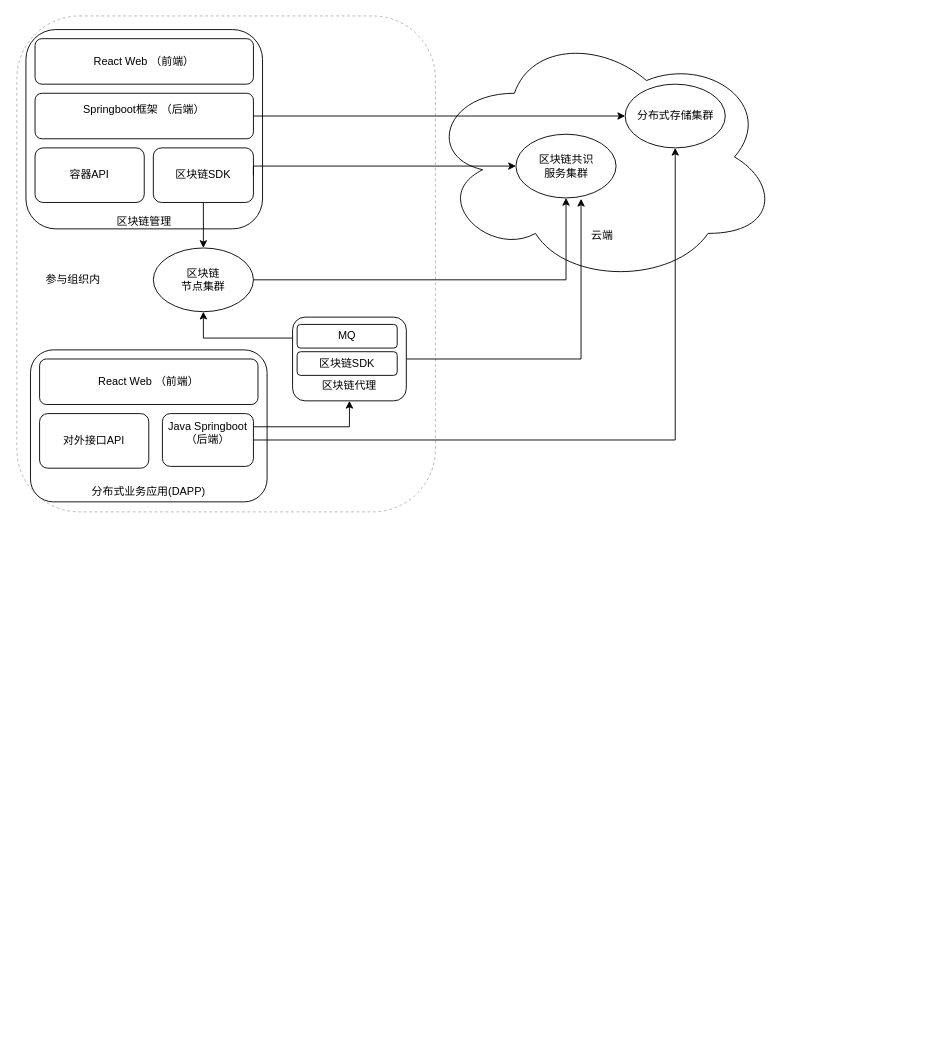
Earlier version of the draw.io diagram repository/drawio/Untitled Diagram.drawio (dilide/collections). Source tidied: cells renumbered, new cells numbered last; positions are measured from the earlier drawing's top-left corner, leaving out a move shared by most shapes. Both pictures are drawn from the tidied source at 91%, with x=0, y=0 at pixel (16, 15).
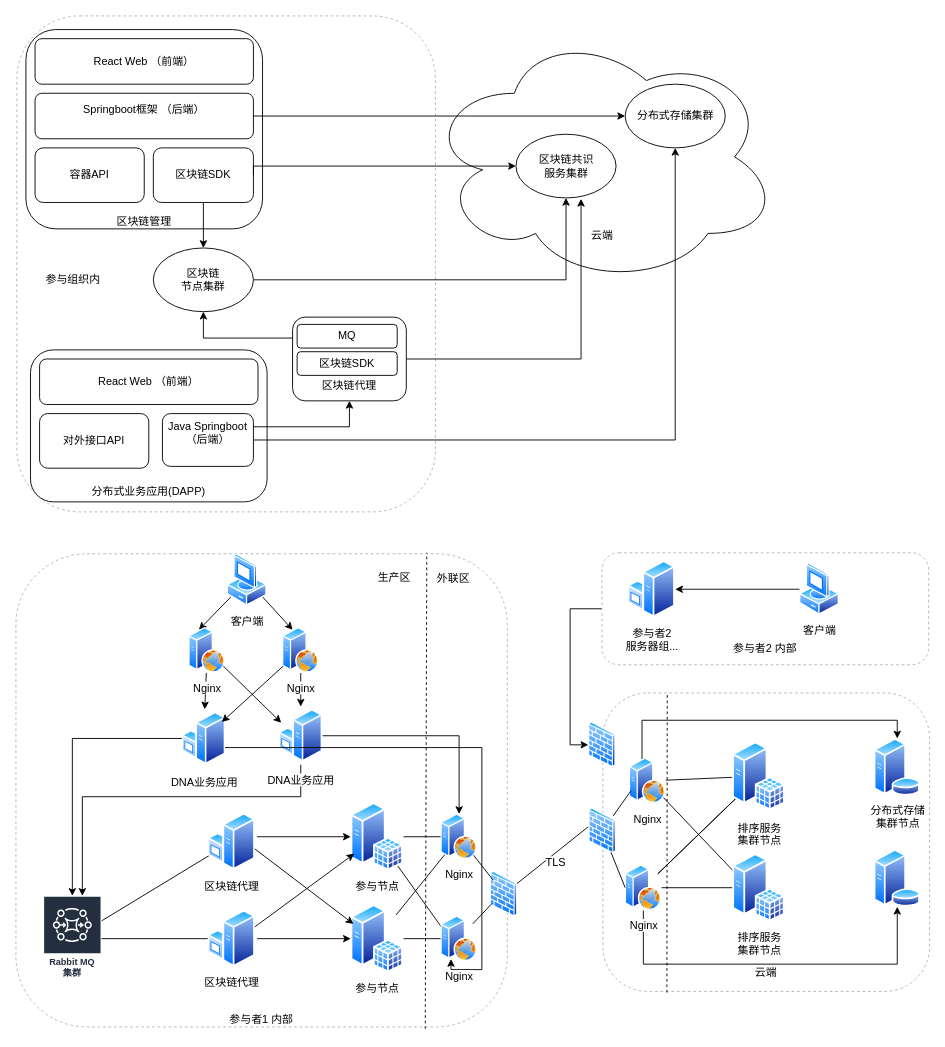
The same diagram, later.

Change to the diagram source:
```diff
@@
+    <mxCell id="28" value="&lt;br&gt;&lt;br&gt;&lt;br&gt;&lt;br&gt;&lt;br&gt;&lt;br&gt;&lt;br&gt;&lt;br&gt;&lt;br&gt;&lt;br&gt;&lt;br&gt;&lt;br&gt;&lt;br&gt;&lt;br&gt;&lt;br&gt;&lt;br&gt;&lt;br&gt;&lt;br&gt;&lt;br&gt;&lt;br&gt;云端&lt;br&gt;" style="rounded=1;whiteSpace=wrap;html=1;strokeColor=#B3B3B3;dashed=1;" parent="1" vertex="1">
+      <mxGeometry x="644" y="744" width="359" height="328" as="geometry" />
+    </mxCell>
+    <mxCell id="29" value="&lt;br&gt;&lt;br&gt;&lt;br&gt;&lt;br&gt;&lt;br&gt;&lt;br&gt;&lt;br&gt;&lt;br&gt;&lt;br&gt;&lt;br&gt;&lt;br&gt;&lt;br&gt;&lt;br&gt;&lt;br&gt;&lt;br&gt;&lt;br&gt;&lt;br&gt;&lt;br&gt;&lt;br&gt;&lt;br&gt;&lt;br&gt;&lt;br&gt;&lt;br&gt;&lt;br&gt;&lt;br&gt;&lt;br&gt;&lt;br&gt;&lt;br&gt;&lt;br&gt;&lt;br&gt;&lt;br&gt;&lt;br&gt;&lt;br&gt;&lt;br&gt;&lt;br&gt;参与者1 内部" style="rounded=1;whiteSpace=wrap;html=1;strokeColor=#B3B3B3;dashed=1;" parent="1" vertex="1">
+      <mxGeometry x="-1" y="591" width="540" height="520" as="geometry" />
+    </mxCell>
@@
+    <mxCell id="30" style="edgeStyle=none;rounded=0;jettySize=auto;html=1;entryX=0;entryY=0.5;entryDx=0;entryDy=0;endArrow=none;endFill=0;" parent="1" edge="1" source="32" target="80">
+      <mxGeometry relative="1" as="geometry" />
+    </mxCell>
+    <mxCell id="31" style="edgeStyle=none;rounded=0;jettySize=auto;html=1;endArrow=none;endFill=0;" parent="1" edge="1" source="32" target="78">
+      <mxGeometry relative="1" as="geometry" />
+    </mxCell>
+    <mxCell id="32" value="参与节点" style="perimeter=ellipsePerimeter;html=1;align=center;shadow=0;dashed=0;spacingTop=3;image;image=img/lib/active_directory/sql_server.svg;strokeColor=#B3B3B3;" parent="1" vertex="1">
+      <mxGeometry x="367" y="976.5" width="58" height="75" as="geometry" />
+    </mxCell>
+    <mxCell id="33" style="edgeStyle=orthogonalEdgeStyle;rounded=0;jettySize=auto;html=1;" parent="1" edge="1" source="35" target="40">
+      <mxGeometry relative="1" as="geometry">
+        <Array as="points">
+          <mxPoint x="312" y="858" />
+          <mxPoint x="72" y="858" />
+        </Array>
+      </mxGeometry>
+    </mxCell>
+    <mxCell id="34" style="edgeStyle=orthogonalEdgeStyle;rounded=0;jettySize=auto;html=1;endArrow=classic;endFill=1;" parent="1" edge="1" source="35" target="78">
+      <mxGeometry relative="1" as="geometry" />
+    </mxCell>
+    <mxCell id="35" value="DNA业务应用" style="perimeter=ellipsePerimeter;html=1;align=center;shadow=0;dashed=0;spacingTop=3;image;image=img/lib/active_directory/windows_server.svg;strokeColor=#B3B3B3;" parent="1" vertex="1">
+      <mxGeometry x="288" y="759" width="48" height="64" as="geometry" />
+    </mxCell>
+    <mxCell id="36" value="分布式存储&lt;br&gt;集群节点" style="perimeter=ellipsePerimeter;html=1;align=center;shadow=0;dashed=0;spacingTop=3;image;image=img/lib/active_directory/database_server.svg;strokeColor=#B3B3B3;" parent="1" vertex="1">
+      <mxGeometry x="941.5" y="794" width="52" height="63" as="geometry" />
+    </mxCell>
+    <mxCell id="37" style="edgeStyle=none;rounded=0;jettySize=auto;html=1;entryX=0;entryY=0.25;entryDx=0;entryDy=0;" parent="1" edge="1" target="32">
+      <mxGeometry relative="1" as="geometry">
+        <mxPoint x="261.1" y="915" as="sourcePoint" />
+      </mxGeometry>
+    </mxCell>
+    <mxCell id="38" style="edgeStyle=none;rounded=0;jettySize=auto;html=1;" parent="1" edge="1" target="43">
+      <mxGeometry relative="1" as="geometry">
+        <mxPoint x="264" y="902" as="sourcePoint" />
+      </mxGeometry>
+    </mxCell>
+    <mxCell id="39" style="rounded=0;jettySize=auto;html=1;entryX=0;entryY=0.75;entryDx=0;entryDy=0;endArrow=none;endFill=0;" parent="1" edge="1" source="40" target="41">
+      <mxGeometry relative="1" as="geometry" />
+    </mxCell>
+    <mxCell id="40" value="Rabbit MQ&lt;br&gt;集群&lt;br&gt;" style="outlineConnect=0;fontColor=#232F3E;gradientColor=none;strokeColor=#ffffff;fillColor=#232F3E;dashed=0;verticalLabelPosition=middle;verticalAlign=bottom;align=center;html=1;whiteSpace=wrap;fontSize=10;fontStyle=1;spacing=3;shape=mxgraph.aws4.productIcon;prIcon=mxgraph.aws4.mq;" parent="1" vertex="1">
+      <mxGeometry x="29" y="967" width="64" height="94" as="geometry" />
+    </mxCell>
+    <mxCell id="41" value="区块链代理" style="perimeter=ellipsePerimeter;html=1;align=center;shadow=0;dashed=0;spacingTop=3;image;image=img/lib/active_directory/windows_server.svg;strokeColor=#B3B3B3;" parent="1" vertex="1">
+      <mxGeometry x="210" y="875.5" width="52" height="64" as="geometry" />
+    </mxCell>
+    <mxCell id="42" style="edgeStyle=none;rounded=0;jettySize=auto;html=1;endArrow=none;endFill=0;entryX=0;entryY=0.25;entryDx=0;entryDy=0;" parent="1" edge="1" source="43" target="80">
+      <mxGeometry relative="1" as="geometry" />
+    </mxCell>
+    <mxCell id="43" value="参与节点" style="perimeter=ellipsePerimeter;html=1;align=center;shadow=0;dashed=0;spacingTop=3;image;image=img/lib/active_directory/sql_server.svg;strokeColor=#B3B3B3;" parent="1" vertex="1">
+      <mxGeometry x="367" y="864.5" width="58" height="75" as="geometry" />
+    </mxCell>
+    <mxCell id="44" style="edgeStyle=none;rounded=0;jettySize=auto;html=1;" parent="1" edge="1" target="43">
+      <mxGeometry relative="1" as="geometry">
+        <mxPoint x="261.2" y="1001.3" as="sourcePoint" />
+      </mxGeometry>
+    </mxCell>
+    <mxCell id="45" style="edgeStyle=none;rounded=0;jettySize=auto;html=1;" parent="1" edge="1" target="32">
+      <mxGeometry relative="1" as="geometry">
+        <mxPoint x="264" y="1014" as="sourcePoint" />
+      </mxGeometry>
+    </mxCell>
+    <mxCell id="46" style="edgeStyle=orthogonalEdgeStyle;rounded=0;jettySize=auto;html=1;" parent="1" edge="1" source="48" target="40">
+      <mxGeometry relative="1" as="geometry">
+        <Array as="points">
+          <mxPoint x="61" y="794" />
+        </Array>
+      </mxGeometry>
+    </mxCell>
+    <mxCell id="47" style="edgeStyle=orthogonalEdgeStyle;rounded=0;jettySize=auto;html=1;endArrow=classic;endFill=1;entryX=0.25;entryY=1;entryDx=0;entryDy=0;" parent="1" edge="1" source="48" target="80">
+      <mxGeometry relative="1" as="geometry">
+        <Array as="points">
+          <mxPoint x="511" y="804" />
+          <mxPoint x="511" y="1048" />
+          <mxPoint x="477" y="1048" />
+        </Array>
+      </mxGeometry>
+    </mxCell>
+    <mxCell id="48" value="DNA业务应用" style="perimeter=ellipsePerimeter;html=1;align=center;shadow=0;dashed=0;spacingTop=3;image;image=img/lib/active_directory/windows_server.svg;strokeColor=#B3B3B3;" parent="1" vertex="1">
+      <mxGeometry x="181.5" y="762" width="48" height="64" as="geometry" />
+    </mxCell>
+    <mxCell id="49" style="edgeStyle=none;rounded=0;jettySize=auto;html=1;entryX=0.25;entryY=0;entryDx=0;entryDy=0;" parent="1" edge="1" source="51" target="54">
+      <mxGeometry relative="1" as="geometry" />
+    </mxCell>
+    <mxCell id="50" style="edgeStyle=none;rounded=0;jettySize=auto;html=1;entryX=0.25;entryY=0;entryDx=0;entryDy=0;" parent="1" edge="1" source="51" target="57">
+      <mxGeometry relative="1" as="geometry" />
+    </mxCell>
+    <mxCell id="51" value="客户端" style="perimeter=ellipsePerimeter;html=1;align=center;shadow=0;dashed=0;spacingTop=3;image;image=img/lib/active_directory/vista_client.svg;strokeColor=#B3B3B3;" parent="1" vertex="1">
+      <mxGeometry x="231" y="591" width="44" height="58" as="geometry" />
+    </mxCell>
+    <mxCell id="52" style="edgeStyle=none;rounded=0;jettySize=auto;html=1;entryX=0;entryY=0.25;entryDx=0;entryDy=0;" parent="1" edge="1" source="54" target="35">
+      <mxGeometry relative="1" as="geometry" />
+    </mxCell>
+    <mxCell id="53" style="edgeStyle=none;rounded=0;jettySize=auto;html=1;" parent="1" edge="1" source="54" target="48">
+      <mxGeometry relative="1" as="geometry" />
+    </mxCell>
+    <mxCell id="54" value="Nginx" style="perimeter=ellipsePerimeter;html=1;align=center;shadow=0;dashed=0;spacingTop=3;image;image=img/lib/active_directory/web_server.svg;strokeColor=#B3B3B3;" parent="1" vertex="1">
+      <mxGeometry x="189" y="672" width="40" height="50" as="geometry" />
+    </mxCell>
+    <mxCell id="55" style="edgeStyle=none;rounded=0;jettySize=auto;html=1;" parent="1" edge="1" source="57" target="48">
+      <mxGeometry relative="1" as="geometry" />
+    </mxCell>
+    <mxCell id="56" style="edgeStyle=none;rounded=0;jettySize=auto;html=1;" parent="1" edge="1" source="57" target="35">
+      <mxGeometry relative="1" as="geometry" />
+    </mxCell>
+    <mxCell id="57" value="Nginx" style="perimeter=ellipsePerimeter;html=1;align=center;shadow=0;dashed=0;spacingTop=3;image;image=img/lib/active_directory/web_server.svg;strokeColor=#B3B3B3;" parent="1" vertex="1">
+      <mxGeometry x="292" y="672" width="40" height="50" as="geometry" />
+    </mxCell>
+    <mxCell id="58" style="edgeStyle=none;rounded=0;jettySize=auto;html=1;endArrow=none;endFill=0;" parent="1" edge="1" source="59" target="40">
+      <mxGeometry relative="1" as="geometry" />
+    </mxCell>
+    <mxCell id="59" value="区块链代理" style="perimeter=ellipsePerimeter;html=1;align=center;shadow=0;dashed=0;spacingTop=3;image;image=img/lib/active_directory/windows_server.svg;strokeColor=#B3B3B3;" parent="1" vertex="1">
+      <mxGeometry x="210" y="982" width="52" height="64" as="geometry" />
+    </mxCell>
+    <mxCell id="60" style="edgeStyle=none;rounded=0;jettySize=auto;html=1;endArrow=none;endFill=0;" parent="1" edge="1" source="63" target="81">
+      <mxGeometry relative="1" as="geometry" />
+    </mxCell>
+    <mxCell id="61" style="edgeStyle=none;rounded=0;jettySize=auto;html=1;entryX=0;entryY=0.25;entryDx=0;entryDy=0;endArrow=none;endFill=0;" parent="1" edge="1" source="63" target="82">
+      <mxGeometry relative="1" as="geometry" />
+    </mxCell>
+    <mxCell id="62" style="edgeStyle=orthogonalEdgeStyle;rounded=0;jettySize=auto;html=1;entryX=0.5;entryY=0;entryDx=0;entryDy=0;endArrow=classic;endFill=1;" parent="1" edge="1" source="63" target="36">
+      <mxGeometry relative="1" as="geometry">
+        <Array as="points">
+          <mxPoint x="687" y="774" />
+          <mxPoint x="968" y="774" />
+        </Array>
+      </mxGeometry>
+    </mxCell>
+    <mxCell id="63" value="Nginx" style="perimeter=ellipsePerimeter;html=1;align=center;shadow=0;dashed=0;spacingTop=3;image;image=img/lib/active_directory/web_server.svg;strokeColor=#B3B3B3;" parent="1" vertex="1">
+      <mxGeometry x="673" y="815.5" width="40" height="50" as="geometry" />
+    </mxCell>
+    <mxCell id="64" style="edgeStyle=none;rounded=0;jettySize=auto;html=1;endArrow=none;endFill=0;" parent="1" edge="1" source="68" target="81">
+      <mxGeometry relative="1" as="geometry" />
+    </mxCell>
+    <mxCell id="65" style="edgeStyle=none;rounded=0;jettySize=auto;html=1;endArrow=none;endFill=0;" parent="1" edge="1" source="68" target="81">
+      <mxGeometry relative="1" as="geometry" />
+    </mxCell>
+    <mxCell id="66" style="edgeStyle=none;rounded=0;jettySize=auto;html=1;endArrow=none;endFill=0;" parent="1" edge="1" source="68" target="82">
+      <mxGeometry relative="1" as="geometry" />
+    </mxCell>
+    <mxCell id="67" style="edgeStyle=orthogonalEdgeStyle;rounded=0;jettySize=auto;html=1;entryX=0.5;entryY=1;entryDx=0;entryDy=0;endArrow=classic;endFill=1;exitX=0.5;exitY=1;exitDx=0;exitDy=0;" parent="1" edge="1" source="68" target="83">
+      <mxGeometry relative="1" as="geometry">
+        <Array as="points">
+          <mxPoint x="689" y="1042" />
+          <mxPoint x="968" y="1042" />
+        </Array>
+      </mxGeometry>
+    </mxCell>
+    <mxCell id="68" value="Nginx" style="perimeter=ellipsePerimeter;html=1;align=center;shadow=0;dashed=0;spacingTop=3;image;image=img/lib/active_directory/web_server.svg;strokeColor=#B3B3B3;" parent="1" vertex="1">
+      <mxGeometry x="668.5" y="933" width="40" height="50" as="geometry" />
+    </mxCell>
+    <mxCell id="69" style="endArrow=none;dashed=1;html=1;entryX=0.197;entryY=0.007;entryDx=0;entryDy=0;entryPerimeter=0;exitX=0.196;exitY=1.004;exitDx=0;exitDy=0;exitPerimeter=0;" parent="1" edge="1" source="28" target="28">
+      <mxGeometry relative="1" as="geometry" />
+    </mxCell>
+    <mxCell id="70" style="edgeStyle=none;rounded=0;jettySize=auto;html=1;endArrow=none;endFill=0;" parent="1" edge="1" source="72">
+      <mxGeometry relative="1" as="geometry">
+        <mxPoint x="628" y="891" as="targetPoint" />
+      </mxGeometry>
+    </mxCell>
+    <mxCell id="71" value="TLS" style="text;html=1;align=center;verticalAlign=middle;labelBackgroundColor=#ffffff;" parent="70" vertex="1">
+      <mxGeometry x="0.25" y="-3" relative="1" as="geometry">
+        <mxPoint x="-9" y="13.5" as="offset" />
+      </mxGeometry>
+    </mxCell>
+    <mxCell id="72" style="perimeter=ellipsePerimeter;html=1;align=center;shadow=0;dashed=0;spacingTop=3;image;image=img/lib/active_directory/firewall.svg;strokeColor=#B3B3B3;" parent="1" vertex="1">
+      <mxGeometry x="520" y="940" width="30.5" height="50" as="geometry" />
+    </mxCell>
+    <mxCell id="73" style="edgeStyle=none;rounded=0;jettySize=auto;html=1;entryX=0;entryY=0.75;entryDx=0;entryDy=0;endArrow=none;endFill=0;" parent="1" edge="1" source="75" target="63">
+      <mxGeometry relative="1" as="geometry" />
+    </mxCell>
+    <mxCell id="74" style="edgeStyle=none;rounded=0;jettySize=auto;html=1;entryX=0;entryY=0.5;entryDx=0;entryDy=0;endArrow=none;endFill=0;" parent="1" edge="1" source="75" target="68">
+      <mxGeometry relative="1" as="geometry" />
+    </mxCell>
+    <mxCell id="75" style="perimeter=ellipsePerimeter;html=1;align=center;shadow=0;dashed=0;spacingTop=3;image;image=img/lib/active_directory/firewall.svg;strokeColor=#B3B3B3;" parent="1" vertex="1">
+      <mxGeometry x="628.5" y="870.5" width="30.5" height="50" as="geometry" />
+    </mxCell>
+    <mxCell id="76" style="edgeStyle=none;rounded=0;jettySize=auto;html=1;endArrow=none;endFill=0;" parent="1" edge="1" source="78" target="72">
+      <mxGeometry relative="1" as="geometry" />
+    </mxCell>
+    <mxCell id="77" style="edgeStyle=none;rounded=0;jettySize=auto;html=1;endArrow=none;endFill=0;" parent="1" edge="1" source="78" target="43">
+      <mxGeometry relative="1" as="geometry" />
+    </mxCell>
+    <mxCell id="78" value="Nginx" style="perimeter=ellipsePerimeter;html=1;align=center;shadow=0;dashed=0;spacingTop=3;image;image=img/lib/active_directory/web_server.svg;strokeColor=#B3B3B3;" parent="1" vertex="1">
+      <mxGeometry x="466" y="877" width="40" height="50" as="geometry" />
+    </mxCell>
+    <mxCell id="79" style="edgeStyle=none;rounded=0;jettySize=auto;html=1;entryX=0;entryY=0.75;entryDx=0;entryDy=0;endArrow=none;endFill=0;" parent="1" edge="1" source="80" target="72">
+      <mxGeometry relative="1" as="geometry" />
+    </mxCell>
+    <mxCell id="80" value="Nginx" style="perimeter=ellipsePerimeter;html=1;align=center;shadow=0;dashed=0;spacingTop=3;image;image=img/lib/active_directory/web_server.svg;strokeColor=#B3B3B3;" parent="1" vertex="1">
+      <mxGeometry x="466" y="989" width="40" height="50" as="geometry" />
+    </mxCell>
+    <mxCell id="81" value="排序服务&lt;br&gt;集群节点" style="perimeter=ellipsePerimeter;html=1;align=center;shadow=0;dashed=0;spacingTop=3;image;image=img/lib/active_directory/sql_server.svg;strokeColor=#B3B3B3;" parent="1" vertex="1">
+      <mxGeometry x="786.5" y="795.5" width="58" height="80" as="geometry" />
+    </mxCell>
+    <mxCell id="82" value="排序服务&lt;br&gt;集群节点" style="perimeter=ellipsePerimeter;html=1;align=center;shadow=0;dashed=0;spacingTop=3;image;image=img/lib/active_directory/sql_server.svg;strokeColor=#B3B3B3;" parent="1" vertex="1">
+      <mxGeometry x="786.5" y="920.5" width="58" height="75" as="geometry" />
+    </mxCell>
+    <mxCell id="83" style="perimeter=ellipsePerimeter;html=1;align=center;shadow=0;dashed=0;spacingTop=3;image;image=img/lib/active_directory/database_server.svg;strokeColor=#B3B3B3;" parent="1" vertex="1">
+      <mxGeometry x="941.5" y="916" width="52" height="63" as="geometry" />
+    </mxCell>
+    <mxCell id="84" style="perimeter=ellipsePerimeter;html=1;align=center;shadow=0;dashed=0;spacingTop=3;image;image=img/lib/active_directory/firewall.svg;strokeColor=#B3B3B3;" parent="1" vertex="1">
+      <mxGeometry x="628" y="776" width="30.5" height="50" as="geometry" />
+    </mxCell>
+    <mxCell id="85" style="edgeStyle=orthogonalEdgeStyle;rounded=0;jettySize=auto;html=1;entryX=0;entryY=0.5;entryDx=0;entryDy=0;endArrow=classic;endFill=1;exitX=0;exitY=0.5;exitDx=0;exitDy=0;" parent="1" edge="1" source="86" target="84">
+      <mxGeometry relative="1" as="geometry" />
+    </mxCell>
+    <mxCell id="86" value="&lt;br&gt;&lt;br&gt;&lt;br&gt;&lt;br&gt;&lt;br&gt;&lt;br&gt;参与者2 内部" style="rounded=1;whiteSpace=wrap;html=1;dashed=1;strokeColor=#B3B3B3;" parent="1" vertex="1">
+      <mxGeometry x="643" y="590" width="359" height="123" as="geometry" />
+    </mxCell>
+    <mxCell id="87" style="edgeStyle=orthogonalEdgeStyle;rounded=0;jettySize=auto;html=1;endArrow=classic;endFill=1;entryX=1;entryY=0.5;entryDx=0;entryDy=0;" parent="1" edge="1" source="88" target="89">
+      <mxGeometry relative="1" as="geometry" />
+    </mxCell>
+    <mxCell id="88" value="客户端" style="perimeter=ellipsePerimeter;html=1;align=center;shadow=0;dashed=0;spacingTop=3;image;image=img/lib/active_directory/vista_client.svg;strokeColor=#B3B3B3;" parent="1" vertex="1">
+      <mxGeometry x="860" y="601" width="44" height="58" as="geometry" />
+    </mxCell>
+    <mxCell id="89" value="参与者2&lt;br&gt;服务器组..." style="perimeter=ellipsePerimeter;html=1;align=center;shadow=0;dashed=0;spacingTop=3;image;image=img/lib/active_directory/windows_server.svg;strokeColor=#B3B3B3;" parent="1" vertex="1">
+      <mxGeometry x="671.5" y="598" width="52" height="64" as="geometry" />
+    </mxCell>
+    <mxCell id="90" style="endArrow=none;dashed=1;html=1;entryX=0.197;entryY=0.007;entryDx=0;entryDy=0;entryPerimeter=0;exitX=0.833;exitY=1.004;exitDx=0;exitDy=0;exitPerimeter=0;" parent="1" edge="1" source="29">
+      <mxGeometry relative="1" as="geometry">
+        <mxPoint x="450.5" y="590" as="targetPoint" />
+      </mxGeometry>
+    </mxCell>
+    <mxCell id="91" value="生产区" style="text;html=1;align=left;verticalAlign=top;spacingTop=-4;" parent="1" vertex="1">
+      <mxGeometry x="395" y="608" width="46" height="14" as="geometry" />
+    </mxCell>
+    <mxCell id="92" value="外联区" style="text;html=1;align=left;verticalAlign=top;spacingTop=-4;" parent="1" vertex="1">
+      <mxGeometry x="460" y="609" width="46" height="14" as="geometry" />
+    </mxCell>
```
